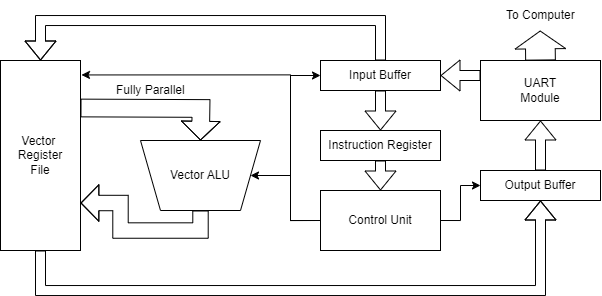
ColeFrancis/FPGA-Vector-Accelerator-with-Python-HAL keeps this draw.io diagram as Planning-And-Development/Arch.png. Above is the earlier version. Source tidied: cells renumbered, new cells last; positions are measured from the earlier drawing's top-left corner, leaving out a move shared by most shapes.
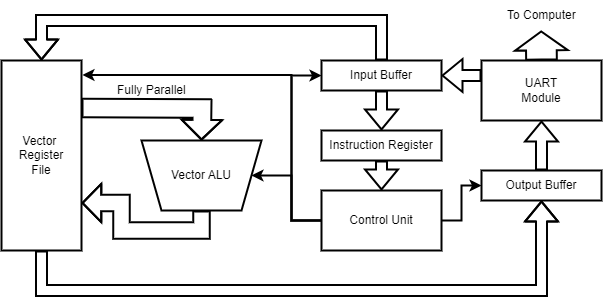
Above is the later version.

What changed in the source:
```diff
@@ -2,18 +2,18 @@
   <root>
     <mxCell id="0" />
     <mxCell id="1" parent="0" />
-    <mxCell id="2" style="edgeStyle=orthogonalEdgeStyle;rounded=0;jettySize=auto;html=1;exitX=0;exitY=0.25;exitDx=0;exitDy=0;entryX=1;entryY=0.5;entryDx=0;entryDy=0;shape=flexArrow;labelBackgroundColor=none;fontColor=default;" parent="1" edge="1" source="4" target="7">
+    <mxCell id="2" style="edgeStyle=orthogonalEdgeStyle;rounded=0;jettySize=auto;html=1;exitX=0;exitY=0.25;exitDx=0;exitDy=0;entryX=1;entryY=0.5;entryDx=0;entryDy=0;shape=flexArrow;labelBackgroundColor=none;fontColor=default;strokeWidth=2;" parent="1" edge="1" source="4" target="7">
       <mxGeometry relative="1" as="geometry" />
     </mxCell>
-    <mxCell id="3" style="edgeStyle=orthogonalEdgeStyle;rounded=0;jettySize=auto;html=1;exitX=0.5;exitY=0;exitDx=0;exitDy=0;shape=flexArrow;width=29.705882352941178;endSize=5.614705882352942;labelBackgroundColor=none;fontColor=default;" parent="1" edge="1" source="4">
+    <mxCell id="3" style="edgeStyle=orthogonalEdgeStyle;rounded=0;jettySize=auto;html=1;exitX=0.5;exitY=0;exitDx=0;exitDy=0;shape=flexArrow;width=29.705882352941178;endSize=5.614705882352942;labelBackgroundColor=none;fontColor=default;strokeWidth=2;" parent="1" edge="1" source="4">
       <mxGeometry relative="1" as="geometry">
         <mxPoint x="539.7" y="30" as="targetPoint" />
       </mxGeometry>
     </mxCell>
-    <mxCell id="4" value="UART&lt;div&gt;Module&lt;/div&gt;" style="rounded=0;whiteSpace=wrap;html=1;labelBackgroundColor=none;" parent="1" vertex="1">
+    <mxCell id="4" value="UART&lt;div&gt;Module&lt;/div&gt;" style="rounded=0;whiteSpace=wrap;html=1;labelBackgroundColor=none;strokeWidth=2;" parent="1" vertex="1">
       <mxGeometry x="480" y="60" width="120" height="60" as="geometry" />
     </mxCell>
-    <mxCell id="5" style="edgeStyle=orthogonalEdgeStyle;rounded=0;jettySize=auto;html=1;exitX=0.5;exitY=0;exitDx=0;exitDy=0;entryX=0.5;entryY=0;entryDx=0;entryDy=0;shape=flexArrow;labelBackgroundColor=none;fontColor=default;" parent="1" edge="1" source="7" target="11">
+    <mxCell id="5" style="edgeStyle=orthogonalEdgeStyle;rounded=0;jettySize=auto;html=1;exitX=0.5;exitY=0;exitDx=0;exitDy=0;entryX=0.5;entryY=0;entryDx=0;entryDy=0;shape=flexArrow;labelBackgroundColor=none;fontColor=default;strokeWidth=2;" parent="1" edge="1" source="7" target="11">
       <mxGeometry relative="1" as="geometry">
         <Array as="points">
           <mxPoint x="380" y="20" />
@@ -21,16 +21,16 @@
         </Array>
       </mxGeometry>
     </mxCell>
-    <mxCell id="6" style="edgeStyle=orthogonalEdgeStyle;rounded=0;jettySize=auto;html=1;exitX=0.5;exitY=1;exitDx=0;exitDy=0;entryX=0.5;entryY=0;entryDx=0;entryDy=0;shape=flexArrow;labelBackgroundColor=none;fontColor=default;" parent="1" edge="1" source="7" target="13">
+    <mxCell id="6" style="edgeStyle=orthogonalEdgeStyle;rounded=0;jettySize=auto;html=1;exitX=0.5;exitY=1;exitDx=0;exitDy=0;entryX=0.5;entryY=0;entryDx=0;entryDy=0;shape=flexArrow;labelBackgroundColor=none;fontColor=default;strokeWidth=2;" parent="1" edge="1" source="7" target="13">
       <mxGeometry relative="1" as="geometry" />
     </mxCell>
-    <mxCell id="7" value="Input Buffer" style="rounded=0;whiteSpace=wrap;html=1;labelBackgroundColor=none;" parent="1" vertex="1">
+    <mxCell id="7" value="Input Buffer" style="rounded=0;whiteSpace=wrap;html=1;labelBackgroundColor=none;strokeWidth=2;" parent="1" vertex="1">
       <mxGeometry x="320" y="60" width="120" height="30" as="geometry" />
     </mxCell>
-    <mxCell id="8" style="edgeStyle=orthogonalEdgeStyle;rounded=0;orthogonalLoop=1;jettySize=auto;html=1;exitX=0.5;exitY=1;exitDx=0;exitDy=0;labelBackgroundColor=none;fontColor=default;" parent="1" edge="1" source="7" target="7">
+    <mxCell id="8" style="edgeStyle=orthogonalEdgeStyle;rounded=0;orthogonalLoop=1;jettySize=auto;html=1;exitX=0.5;exitY=1;exitDx=0;exitDy=0;labelBackgroundColor=none;fontColor=default;strokeWidth=2;" parent="1" edge="1" source="7" target="7">
       <mxGeometry relative="1" as="geometry" />
     </mxCell>
-    <mxCell id="9" style="edgeStyle=orthogonalEdgeStyle;rounded=0;jettySize=auto;html=1;exitX=0.5;exitY=1;exitDx=0;exitDy=0;entryX=0.5;entryY=1;entryDx=0;entryDy=0;shape=flexArrow;labelBackgroundColor=none;fontColor=default;" parent="1" edge="1" source="11" target="19">
+    <mxCell id="9" style="edgeStyle=orthogonalEdgeStyle;rounded=0;jettySize=auto;html=1;exitX=0.5;exitY=1;exitDx=0;exitDy=0;entryX=0.5;entryY=1;entryDx=0;entryDy=0;shape=flexArrow;labelBackgroundColor=none;fontColor=default;strokeWidth=2;" parent="1" edge="1" source="11" target="19">
       <mxGeometry relative="1" as="geometry">
         <Array as="points">
           <mxPoint x="40" y="290" />
@@ -38,28 +38,28 @@
         </Array>
       </mxGeometry>
     </mxCell>
-    <mxCell id="10" style="edgeStyle=orthogonalEdgeStyle;rounded=0;orthogonalLoop=1;jettySize=auto;html=1;exitX=1;exitY=0.25;exitDx=0;exitDy=0;entryX=0.5;entryY=1;entryDx=0;entryDy=0;shape=flexArrow;width=17.714285714285715;endSize=5.902857142857143;labelBackgroundColor=none;fontColor=default;" parent="1" edge="1">
+    <mxCell id="10" style="edgeStyle=orthogonalEdgeStyle;rounded=0;orthogonalLoop=1;jettySize=auto;html=1;exitX=1;exitY=0.25;exitDx=0;exitDy=0;entryX=0.5;entryY=1;entryDx=0;entryDy=0;shape=flexArrow;width=17.714285714285715;endSize=5.902857142857143;labelBackgroundColor=none;fontColor=default;strokeWidth=2;" parent="1" edge="1">
       <mxGeometry relative="1" as="geometry">
         <mxPoint x="80" y="107.5" as="sourcePoint" />
         <mxPoint x="200" y="140" as="targetPoint" />
       </mxGeometry>
     </mxCell>
-    <mxCell id="11" value="Vector&amp;nbsp;&lt;div&gt;Register&lt;/div&gt;&lt;div&gt;File&lt;/div&gt;" style="rounded=0;whiteSpace=wrap;html=1;labelBackgroundColor=none;" parent="1" vertex="1">
+    <mxCell id="11" value="Vector&amp;nbsp;&lt;div&gt;Register&lt;/div&gt;&lt;div&gt;File&lt;/div&gt;" style="rounded=0;whiteSpace=wrap;html=1;labelBackgroundColor=none;strokeWidth=2;" parent="1" vertex="1">
       <mxGeometry y="60" width="80" height="190" as="geometry" />
     </mxCell>
-    <mxCell id="12" style="edgeStyle=orthogonalEdgeStyle;rounded=0;jettySize=auto;html=1;exitX=0.5;exitY=1;exitDx=0;exitDy=0;entryX=0.5;entryY=0;entryDx=0;entryDy=0;shape=flexArrow;labelBackgroundColor=none;fontColor=default;" parent="1" edge="1" source="13" target="17">
+    <mxCell id="12" style="edgeStyle=orthogonalEdgeStyle;rounded=0;jettySize=auto;html=1;exitX=0.5;exitY=1;exitDx=0;exitDy=0;entryX=0.5;entryY=0;entryDx=0;entryDy=0;shape=flexArrow;labelBackgroundColor=none;fontColor=default;strokeWidth=2;" parent="1" edge="1" source="13" target="17">
       <mxGeometry relative="1" as="geometry" />
     </mxCell>
-    <mxCell id="13" value="Instruction Register" style="rounded=0;whiteSpace=wrap;html=1;labelBackgroundColor=none;" parent="1" vertex="1">
+    <mxCell id="13" value="Instruction Register" style="rounded=0;whiteSpace=wrap;html=1;labelBackgroundColor=none;strokeWidth=2;" parent="1" vertex="1">
       <mxGeometry x="320" y="130" width="120" height="30" as="geometry" />
     </mxCell>
-    <mxCell id="14" style="edgeStyle=orthogonalEdgeStyle;rounded=0;jettySize=auto;html=1;exitX=1;exitY=0.5;exitDx=0;exitDy=0;entryX=0;entryY=0.5;entryDx=0;entryDy=0;labelBackgroundColor=none;fontColor=default;" parent="1" edge="1" source="17" target="19">
+    <mxCell id="14" style="edgeStyle=orthogonalEdgeStyle;rounded=0;jettySize=auto;html=1;exitX=1;exitY=0.5;exitDx=0;exitDy=0;entryX=0;entryY=0.5;entryDx=0;entryDy=0;labelBackgroundColor=none;fontColor=default;strokeWidth=2;" parent="1" edge="1" source="17" target="19">
       <mxGeometry relative="1" as="geometry" />
     </mxCell>
-    <mxCell id="15" style="edgeStyle=orthogonalEdgeStyle;rounded=0;jettySize=auto;html=1;exitX=0;exitY=0.5;exitDx=0;exitDy=0;entryX=0;entryY=0.5;entryDx=0;entryDy=0;labelBackgroundColor=none;fontColor=default;" parent="1" edge="1" source="17" target="21">
+    <mxCell id="15" style="edgeStyle=orthogonalEdgeStyle;rounded=0;jettySize=auto;html=1;exitX=0;exitY=0.5;exitDx=0;exitDy=0;entryX=0;entryY=0.5;entryDx=0;entryDy=0;labelBackgroundColor=none;fontColor=default;strokeWidth=2;" parent="1" edge="1" source="17" target="21">
       <mxGeometry relative="1" as="geometry" />
     </mxCell>
-    <mxCell id="16" style="edgeStyle=orthogonalEdgeStyle;rounded=0;jettySize=auto;html=1;exitX=0;exitY=0.5;exitDx=0;exitDy=0;entryX=0;entryY=0.5;entryDx=0;entryDy=0;labelBackgroundColor=none;fontColor=default;" parent="1" edge="1" source="17" target="7">
+    <mxCell id="16" style="edgeStyle=orthogonalEdgeStyle;rounded=0;jettySize=auto;html=1;exitX=0;exitY=0.5;exitDx=0;exitDy=0;entryX=0;entryY=0.5;entryDx=0;entryDy=0;labelBackgroundColor=none;fontColor=default;strokeWidth=2;" parent="1" edge="1" source="17" target="7">
       <mxGeometry relative="1" as="geometry">
         <Array as="points">
           <mxPoint x="290" y="220" />
@@ -67,16 +67,16 @@
         </Array>
       </mxGeometry>
     </mxCell>
-    <mxCell id="17" value="Control Unit" style="rounded=0;whiteSpace=wrap;html=1;labelBackgroundColor=none;" parent="1" vertex="1">
+    <mxCell id="17" value="Control Unit" style="rounded=0;whiteSpace=wrap;html=1;labelBackgroundColor=none;strokeWidth=2;" parent="1" vertex="1">
       <mxGeometry x="320" y="190" width="120" height="60" as="geometry" />
     </mxCell>
-    <mxCell id="18" style="edgeStyle=orthogonalEdgeStyle;rounded=0;jettySize=auto;html=1;exitX=0.5;exitY=0;exitDx=0;exitDy=0;entryX=0.5;entryY=1;entryDx=0;entryDy=0;shape=flexArrow;labelBackgroundColor=none;fontColor=default;" parent="1" edge="1" source="19" target="4">
+    <mxCell id="18" style="edgeStyle=orthogonalEdgeStyle;rounded=0;jettySize=auto;html=1;exitX=0.5;exitY=0;exitDx=0;exitDy=0;entryX=0.5;entryY=1;entryDx=0;entryDy=0;shape=flexArrow;labelBackgroundColor=none;fontColor=default;strokeWidth=2;" parent="1" edge="1" source="19" target="4">
       <mxGeometry relative="1" as="geometry" />
     </mxCell>
-    <mxCell id="19" value="Output Buffer" style="rounded=0;whiteSpace=wrap;html=1;labelBackgroundColor=none;" parent="1" vertex="1">
+    <mxCell id="19" value="Output Buffer" style="rounded=0;whiteSpace=wrap;html=1;labelBackgroundColor=none;strokeWidth=2;" parent="1" vertex="1">
       <mxGeometry x="480" y="170" width="120" height="30" as="geometry" />
     </mxCell>
-    <mxCell id="20" style="edgeStyle=orthogonalEdgeStyle;rounded=0;jettySize=auto;html=1;exitX=0.5;exitY=0;exitDx=0;exitDy=0;entryX=1;entryY=0.75;entryDx=0;entryDy=0;shape=flexArrow;width=15.428571428571429;endSize=5.617142857142857;labelBackgroundColor=none;fontColor=default;" parent="1" edge="1" source="21" target="11">
+    <mxCell id="20" style="edgeStyle=orthogonalEdgeStyle;rounded=0;jettySize=auto;html=1;exitX=0.5;exitY=0;exitDx=0;exitDy=0;entryX=1;entryY=0.75;entryDx=0;entryDy=0;shape=flexArrow;width=15.428571428571429;endSize=5.617142857142857;labelBackgroundColor=none;fontColor=default;strokeWidth=2;" parent="1" edge="1" source="21" target="11">
       <mxGeometry relative="1" as="geometry">
         <Array as="points">
           <mxPoint x="200" y="230" />
@@ -85,10 +85,10 @@
         </Array>
       </mxGeometry>
     </mxCell>
-    <mxCell id="21" value="Vector ALU" style="shape=trapezoid;perimeter=trapezoidPerimeter;whiteSpace=wrap;html=1;fixedSize=1;direction=west;labelBackgroundColor=none;" parent="1" vertex="1">
+    <mxCell id="21" value="Vector ALU" style="shape=trapezoid;perimeter=trapezoidPerimeter;whiteSpace=wrap;html=1;fixedSize=1;direction=west;labelBackgroundColor=none;strokeWidth=2;" parent="1" vertex="1">
       <mxGeometry x="140" y="140" width="120" height="70" as="geometry" />
     </mxCell>
-    <mxCell id="22" style="edgeStyle=orthogonalEdgeStyle;rounded=0;jettySize=auto;html=1;exitX=0;exitY=0.5;exitDx=0;exitDy=0;entryX=1.012;entryY=0.076;entryDx=0;entryDy=0;entryPerimeter=0;labelBackgroundColor=none;fontColor=default;" parent="1" edge="1" source="17" target="11">
+    <mxCell id="22" style="edgeStyle=orthogonalEdgeStyle;rounded=0;jettySize=auto;html=1;exitX=0;exitY=0.5;exitDx=0;exitDy=0;entryX=1.012;entryY=0.076;entryDx=0;entryDy=0;entryPerimeter=0;labelBackgroundColor=none;fontColor=default;strokeWidth=2;" parent="1" edge="1" source="17" target="11">
       <mxGeometry relative="1" as="geometry">
         <Array as="points">
           <mxPoint x="290" y="220" />
@@ -96,10 +96,10 @@
         </Array>
       </mxGeometry>
     </mxCell>
-    <mxCell id="23" value="To Computer" style="text;strokeColor=none;fillColor=none;align=left;verticalAlign=middle;spacingLeft=4;spacingRight=4;overflow=hidden;whiteSpace=wrap;html=1;labelBackgroundColor=none;" parent="1" vertex="1">
+    <mxCell id="23" value="To Computer" style="text;strokeColor=none;fillColor=none;align=left;verticalAlign=middle;spacingLeft=4;spacingRight=4;overflow=hidden;whiteSpace=wrap;html=1;labelBackgroundColor=none;strokeWidth=2;" parent="1" vertex="1">
       <mxGeometry x="500" width="80" height="30" as="geometry" />
     </mxCell>
-    <mxCell id="24" value="Fully Parallel" style="text;strokeColor=none;fillColor=none;align=left;verticalAlign=middle;spacingLeft=4;spacingRight=4;overflow=hidden;whiteSpace=wrap;html=1;labelBackgroundColor=none;" parent="1" vertex="1">
+    <mxCell id="24" value="Fully Parallel" style="text;strokeColor=none;fillColor=none;align=left;verticalAlign=middle;spacingLeft=4;spacingRight=4;overflow=hidden;whiteSpace=wrap;html=1;labelBackgroundColor=none;strokeWidth=2;" parent="1" vertex="1">
       <mxGeometry x="110" y="80" width="80" height="20" as="geometry" />
     </mxCell>
   </root>
```
